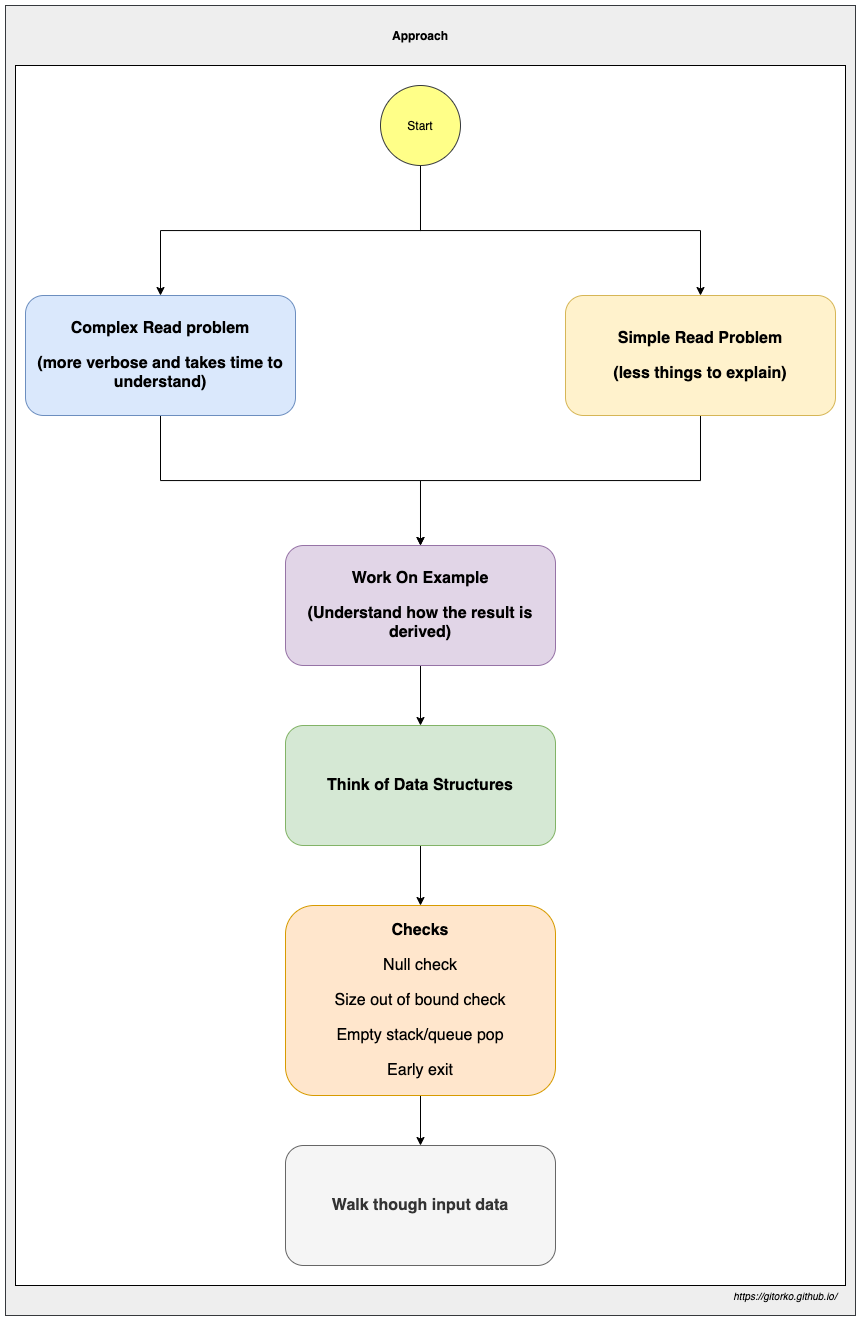
Earlier version of the draw.io export post/grokking-the-coding-interview/coding.png (gitorko/gitorko.github.io). Source tidied: cells renumbered, new cells last; positions are measured from the earlier drawing's top-left corner, leaving out a move shared by most shapes. Its diagram source:
```xml
<mxGraphModel>
  <root>
    <mxCell id="0" />
    <mxCell id="1" parent="0" />
    <mxCell id="2" style="rounded=0;whiteSpace=wrap;html=1;fillColor=#eeeeee;strokeColor=#36393d;" parent="1" vertex="1">
      <mxGeometry width="850" height="1310" as="geometry" />
    </mxCell>
    <mxCell id="3" style="rounded=0;whiteSpace=wrap;html=1;" parent="1" vertex="1">
      <mxGeometry x="10" y="60" width="830" height="1220" as="geometry" />
    </mxCell>
    <mxCell id="4" style="edgeStyle=orthogonalEdgeStyle;rounded=0;jettySize=auto;html=1;exitX=0.5;exitY=1;exitDx=0;exitDy=0;" parent="1" edge="1" source="6" target="17">
      <mxGeometry relative="1" as="geometry" />
    </mxCell>
    <mxCell id="5" style="edgeStyle=orthogonalEdgeStyle;rounded=0;jettySize=auto;html=1;exitX=0.5;exitY=1;exitDx=0;exitDy=0;" parent="1" edge="1" source="6" target="8">
      <mxGeometry relative="1" as="geometry" />
    </mxCell>
    <mxCell id="6" value="Start" style="ellipse;whiteSpace=wrap;html=1;fillColor=#ffff88;strokeColor=#36393d;" parent="1" vertex="1">
      <mxGeometry x="375" y="80" width="80" height="80" as="geometry" />
    </mxCell>
    <mxCell id="7" style="edgeStyle=orthogonalEdgeStyle;rounded=0;jettySize=auto;html=1;" parent="1" edge="1" source="8" target="10">
      <mxGeometry relative="1" as="geometry" />
    </mxCell>
    <mxCell id="8" value="&lt;p style=&quot;font-size: medium ; white-space: normal&quot;&gt;&lt;strong&gt;Complex Read problem&lt;/strong&gt;&lt;/p&gt;&lt;p style=&quot;font-size: medium ; white-space: normal&quot;&gt;&lt;strong&gt;(more verbose and takes time to understand)&lt;/strong&gt;&lt;/p&gt;" style="rounded=1;whiteSpace=wrap;html=1;fillColor=#dae8fc;strokeColor=#6c8ebf;" parent="1" vertex="1">
      <mxGeometry x="20" y="290" width="270" height="120" as="geometry" />
    </mxCell>
    <mxCell id="9" style="edgeStyle=orthogonalEdgeStyle;rounded=0;jettySize=auto;html=1;" parent="1" edge="1" source="10" target="12">
      <mxGeometry relative="1" as="geometry" />
    </mxCell>
    <mxCell id="10" value="&lt;p style=&quot;font-size: medium&quot;&gt;&lt;strong&gt;Work On Example&lt;/strong&gt;&lt;/p&gt;&lt;p style=&quot;font-size: medium&quot;&gt;&lt;strong&gt;(Understand how the result is derived)&lt;/strong&gt;&lt;/p&gt;" style="rounded=1;whiteSpace=wrap;html=1;fillColor=#e1d5e7;strokeColor=#9673a6;" parent="1" vertex="1">
      <mxGeometry x="280" y="540" width="270" height="120" as="geometry" />
    </mxCell>
    <mxCell id="11" style="edgeStyle=orthogonalEdgeStyle;rounded=0;jettySize=auto;html=1;" parent="1" edge="1" source="12" target="14">
      <mxGeometry relative="1" as="geometry" />
    </mxCell>
    <mxCell id="12" value="&lt;p style=&quot;font-size: medium&quot;&gt;&lt;strong&gt;Think of Data Structures&lt;/strong&gt;&lt;br&gt;&lt;/p&gt;" style="rounded=1;whiteSpace=wrap;html=1;fillColor=#d5e8d4;strokeColor=#82b366;" parent="1" vertex="1">
      <mxGeometry x="280" y="720" width="270" height="120" as="geometry" />
    </mxCell>
    <mxCell id="13" style="edgeStyle=orthogonalEdgeStyle;rounded=0;jettySize=auto;html=1;" parent="1" edge="1" source="14" target="15">
      <mxGeometry relative="1" as="geometry" />
    </mxCell>
    <mxCell id="14" value="&lt;p style=&quot;font-size: medium&quot;&gt;&lt;strong&gt;Checks&lt;/strong&gt;&lt;/p&gt;&lt;p style=&quot;font-size: medium&quot;&gt;Null check&lt;/p&gt;&lt;p style=&quot;font-size: medium&quot;&gt;Size out of bound check&lt;/p&gt;&lt;p style=&quot;font-size: medium&quot;&gt;Empty stack/queue pop&lt;/p&gt;&lt;p style=&quot;font-size: medium&quot;&gt;Early exit&lt;/p&gt;" style="rounded=1;whiteSpace=wrap;html=1;fillColor=#ffe6cc;strokeColor=#d79b00;" parent="1" vertex="1">
      <mxGeometry x="280" y="900" width="270" height="190" as="geometry" />
    </mxCell>
    <mxCell id="15" value="&lt;p style=&quot;font-size: medium&quot;&gt;&lt;span&gt;Walk though input data&lt;/span&gt;&lt;br&gt;&lt;/p&gt;" style="rounded=1;whiteSpace=wrap;html=1;fontStyle=1;fillColor=#f5f5f5;strokeColor=#666666;fontColor=#333333;" parent="1" vertex="1">
      <mxGeometry x="280" y="1140" width="270" height="120" as="geometry" />
    </mxCell>
    <mxCell id="16" style="edgeStyle=orthogonalEdgeStyle;rounded=0;jettySize=auto;html=1;entryX=0.5;entryY=0;entryDx=0;entryDy=0;exitX=0.5;exitY=1;exitDx=0;exitDy=0;" parent="1" edge="1" source="17" target="10">
      <mxGeometry relative="1" as="geometry" />
    </mxCell>
    <mxCell id="17" value="&lt;p style=&quot;font-size: medium&quot;&gt;&lt;strong&gt;Simple Read Problem&lt;/strong&gt;&lt;/p&gt;&lt;p style=&quot;font-size: medium&quot;&gt;&lt;strong&gt;(less things to explain)&lt;/strong&gt;&lt;/p&gt;" style="rounded=1;whiteSpace=wrap;html=1;fillColor=#fff2cc;strokeColor=#d6b656;" parent="1" vertex="1">
      <mxGeometry x="560" y="290" width="270" height="120" as="geometry" />
    </mxCell>
    <mxCell id="18" value="Approach" style="text;html=1;strokeColor=none;fillColor=none;align=center;verticalAlign=middle;whiteSpace=wrap;rounded=0;fontStyle=1;" parent="1" vertex="1">
      <mxGeometry x="395" y="20" width="40" height="20" as="geometry" />
    </mxCell>
    <mxCell id="19" value="&lt;font style=&quot;font-size: 10px&quot;&gt;&lt;i&gt;https://gitorko.github.io/&lt;/i&gt;&lt;/font&gt;" style="text;html=1;strokeColor=none;fillColor=none;align=center;verticalAlign=middle;whiteSpace=wrap;rounded=0;" parent="1" vertex="1">
      <mxGeometry x="720" y="1280" width="120" height="20" as="geometry" />
    </mxCell>
  </root>
</mxGraphModel>
```
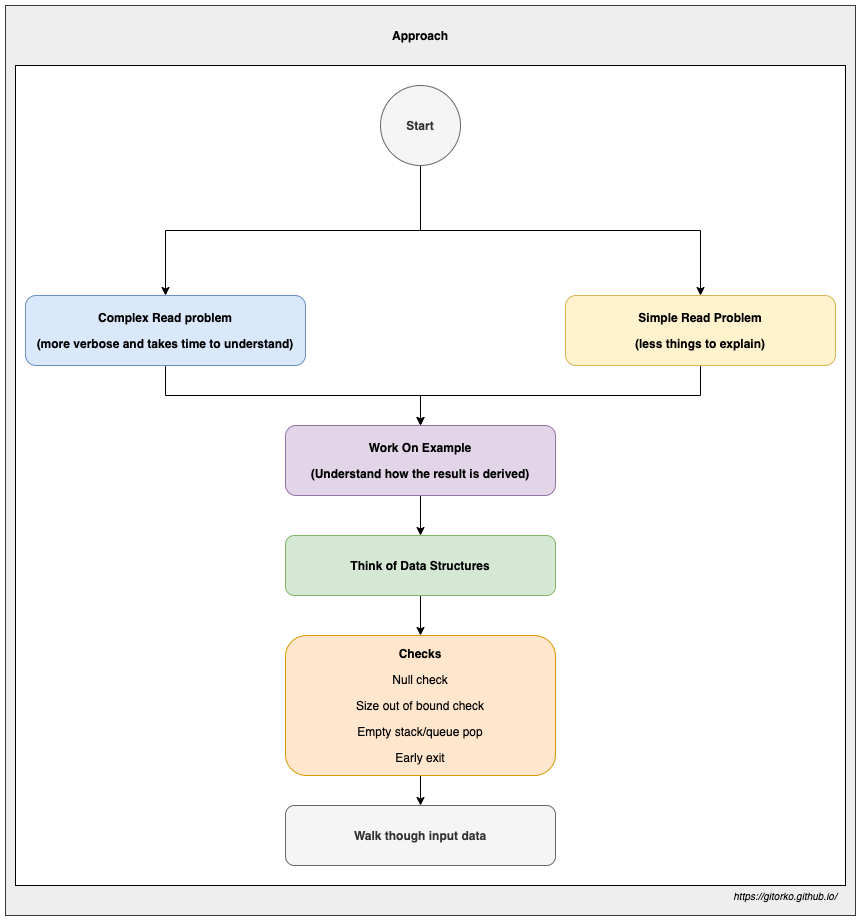
Above is the later version.

Change to the diagram source:
```diff
@@ -3,10 +3,10 @@
     <mxCell id="0" />
     <mxCell id="1" parent="0" />
     <mxCell id="2" style="rounded=0;whiteSpace=wrap;html=1;fillColor=#eeeeee;strokeColor=#36393d;" parent="1" vertex="1">
-      <mxGeometry width="850" height="1310" as="geometry" />
+      <mxGeometry width="850" height="910" as="geometry" />
     </mxCell>
     <mxCell id="3" style="rounded=0;whiteSpace=wrap;html=1;" parent="1" vertex="1">
-      <mxGeometry x="10" y="60" width="830" height="1220" as="geometry" />
+      <mxGeometry x="10" y="60" width="830" height="820" as="geometry" />
     </mxCell>
     <mxCell id="4" style="edgeStyle=orthogonalEdgeStyle;rounded=0;jettySize=auto;html=1;exitX=0.5;exitY=1;exitDx=0;exitDy=0;" parent="1" edge="1" source="6" target="17">
       <mxGeometry relative="1" as="geometry" />
@@ -14,47 +14,47 @@
     <mxCell id="5" style="edgeStyle=orthogonalEdgeStyle;rounded=0;jettySize=auto;html=1;exitX=0.5;exitY=1;exitDx=0;exitDy=0;" parent="1" edge="1" source="6" target="8">
       <mxGeometry relative="1" as="geometry" />
     </mxCell>
-    <mxCell id="6" value="Start" style="ellipse;whiteSpace=wrap;html=1;fillColor=#ffff88;strokeColor=#36393d;" parent="1" vertex="1">
+    <mxCell id="6" value="Start" style="ellipse;whiteSpace=wrap;html=1;fillColor=#f5f5f5;strokeColor=#666666;fontStyle=1;fontColor=#333333;" parent="1" vertex="1">
       <mxGeometry x="375" y="80" width="80" height="80" as="geometry" />
     </mxCell>
     <mxCell id="7" style="edgeStyle=orthogonalEdgeStyle;rounded=0;jettySize=auto;html=1;" parent="1" edge="1" source="8" target="10">
       <mxGeometry relative="1" as="geometry" />
     </mxCell>
-    <mxCell id="8" value="&lt;p style=&quot;font-size: medium ; white-space: normal&quot;&gt;&lt;strong&gt;Complex Read problem&lt;/strong&gt;&lt;/p&gt;&lt;p style=&quot;font-size: medium ; white-space: normal&quot;&gt;&lt;strong&gt;(more verbose and takes time to understand)&lt;/strong&gt;&lt;/p&gt;" style="rounded=1;whiteSpace=wrap;html=1;fillColor=#dae8fc;strokeColor=#6c8ebf;" parent="1" vertex="1">
-      <mxGeometry x="20" y="290" width="270" height="120" as="geometry" />
+    <mxCell id="8" value="&lt;p style=&quot;white-space: normal&quot;&gt;&lt;strong&gt;&lt;font style=&quot;font-size: 12px&quot;&gt;Complex Read problem&lt;/font&gt;&lt;/strong&gt;&lt;/p&gt;&lt;p style=&quot;white-space: normal&quot;&gt;&lt;strong&gt;&lt;font style=&quot;font-size: 12px&quot;&gt;(more verbose and takes time to understand)&lt;/font&gt;&lt;/strong&gt;&lt;/p&gt;" style="rounded=1;whiteSpace=wrap;html=1;fillColor=#dae8fc;strokeColor=#6c8ebf;" parent="1" vertex="1">
+      <mxGeometry x="20" y="290" width="280" height="70" as="geometry" />
     </mxCell>
     <mxCell id="9" style="edgeStyle=orthogonalEdgeStyle;rounded=0;jettySize=auto;html=1;" parent="1" edge="1" source="10" target="12">
       <mxGeometry relative="1" as="geometry" />
     </mxCell>
-    <mxCell id="10" value="&lt;p style=&quot;font-size: medium&quot;&gt;&lt;strong&gt;Work On Example&lt;/strong&gt;&lt;/p&gt;&lt;p style=&quot;font-size: medium&quot;&gt;&lt;strong&gt;(Understand how the result is derived)&lt;/strong&gt;&lt;/p&gt;" style="rounded=1;whiteSpace=wrap;html=1;fillColor=#e1d5e7;strokeColor=#9673a6;" parent="1" vertex="1">
-      <mxGeometry x="280" y="540" width="270" height="120" as="geometry" />
+    <mxCell id="10" value="&lt;p&gt;&lt;strong&gt;&lt;font style=&quot;font-size: 12px&quot;&gt;Work On Example&lt;/font&gt;&lt;/strong&gt;&lt;/p&gt;&lt;p&gt;&lt;strong&gt;&lt;font style=&quot;font-size: 12px&quot;&gt;(Understand how the result is derived)&lt;/font&gt;&lt;/strong&gt;&lt;/p&gt;" style="rounded=1;whiteSpace=wrap;html=1;fillColor=#e1d5e7;strokeColor=#9673a6;" parent="1" vertex="1">
+      <mxGeometry x="280" y="420" width="270" height="70" as="geometry" />
     </mxCell>
     <mxCell id="11" style="edgeStyle=orthogonalEdgeStyle;rounded=0;jettySize=auto;html=1;" parent="1" edge="1" source="12" target="14">
       <mxGeometry relative="1" as="geometry" />
     </mxCell>
-    <mxCell id="12" value="&lt;p style=&quot;font-size: medium&quot;&gt;&lt;strong&gt;Think of Data Structures&lt;/strong&gt;&lt;br&gt;&lt;/p&gt;" style="rounded=1;whiteSpace=wrap;html=1;fillColor=#d5e8d4;strokeColor=#82b366;" parent="1" vertex="1">
-      <mxGeometry x="280" y="720" width="270" height="120" as="geometry" />
+    <mxCell id="12" value="&lt;p&gt;&lt;strong&gt;&lt;font style=&quot;font-size: 12px&quot;&gt;Think of Data Structures&lt;/font&gt;&lt;/strong&gt;&lt;br&gt;&lt;/p&gt;" style="rounded=1;whiteSpace=wrap;html=1;fillColor=#d5e8d4;strokeColor=#82b366;" parent="1" vertex="1">
+      <mxGeometry x="280" y="530" width="270" height="60" as="geometry" />
     </mxCell>
     <mxCell id="13" style="edgeStyle=orthogonalEdgeStyle;rounded=0;jettySize=auto;html=1;" parent="1" edge="1" source="14" target="15">
       <mxGeometry relative="1" as="geometry" />
     </mxCell>
-    <mxCell id="14" value="&lt;p style=&quot;font-size: medium&quot;&gt;&lt;strong&gt;Checks&lt;/strong&gt;&lt;/p&gt;&lt;p style=&quot;font-size: medium&quot;&gt;Null check&lt;/p&gt;&lt;p style=&quot;font-size: medium&quot;&gt;Size out of bound check&lt;/p&gt;&lt;p style=&quot;font-size: medium&quot;&gt;Empty stack/queue pop&lt;/p&gt;&lt;p style=&quot;font-size: medium&quot;&gt;Early exit&lt;/p&gt;" style="rounded=1;whiteSpace=wrap;html=1;fillColor=#ffe6cc;strokeColor=#d79b00;" parent="1" vertex="1">
-      <mxGeometry x="280" y="900" width="270" height="190" as="geometry" />
+    <mxCell id="14" value="&lt;p&gt;&lt;strong&gt;&lt;font style=&quot;font-size: 12px&quot;&gt;Checks&lt;/font&gt;&lt;/strong&gt;&lt;/p&gt;&lt;p&gt;&lt;font style=&quot;font-size: 12px&quot;&gt;Null check&lt;/font&gt;&lt;/p&gt;&lt;p&gt;&lt;font style=&quot;font-size: 12px&quot;&gt;Size out of bound check&lt;/font&gt;&lt;/p&gt;&lt;p&gt;&lt;font style=&quot;font-size: 12px&quot;&gt;Empty stack/queue pop&lt;/font&gt;&lt;/p&gt;&lt;p&gt;&lt;font style=&quot;font-size: 12px&quot;&gt;Early exit&lt;/font&gt;&lt;/p&gt;" style="rounded=1;whiteSpace=wrap;html=1;fillColor=#ffe6cc;strokeColor=#d79b00;" parent="1" vertex="1">
+      <mxGeometry x="280" y="630" width="270" height="140" as="geometry" />
     </mxCell>
-    <mxCell id="15" value="&lt;p style=&quot;font-size: medium&quot;&gt;&lt;span&gt;Walk though input data&lt;/span&gt;&lt;br&gt;&lt;/p&gt;" style="rounded=1;whiteSpace=wrap;html=1;fontStyle=1;fillColor=#f5f5f5;strokeColor=#666666;fontColor=#333333;" parent="1" vertex="1">
-      <mxGeometry x="280" y="1140" width="270" height="120" as="geometry" />
+    <mxCell id="15" value="&lt;p&gt;&lt;font style=&quot;font-size: 12px&quot;&gt;Walk though input data&lt;/font&gt;&lt;br&gt;&lt;/p&gt;" style="rounded=1;whiteSpace=wrap;html=1;fontStyle=1;fillColor=#f5f5f5;strokeColor=#666666;fontColor=#333333;" parent="1" vertex="1">
+      <mxGeometry x="280" y="800" width="270" height="60" as="geometry" />
     </mxCell>
     <mxCell id="16" style="edgeStyle=orthogonalEdgeStyle;rounded=0;jettySize=auto;html=1;entryX=0.5;entryY=0;entryDx=0;entryDy=0;exitX=0.5;exitY=1;exitDx=0;exitDy=0;" parent="1" edge="1" source="17" target="10">
       <mxGeometry relative="1" as="geometry" />
     </mxCell>
-    <mxCell id="17" value="&lt;p style=&quot;font-size: medium&quot;&gt;&lt;strong&gt;Simple Read Problem&lt;/strong&gt;&lt;/p&gt;&lt;p style=&quot;font-size: medium&quot;&gt;&lt;strong&gt;(less things to explain)&lt;/strong&gt;&lt;/p&gt;" style="rounded=1;whiteSpace=wrap;html=1;fillColor=#fff2cc;strokeColor=#d6b656;" parent="1" vertex="1">
-      <mxGeometry x="560" y="290" width="270" height="120" as="geometry" />
+    <mxCell id="17" value="&lt;p&gt;&lt;strong&gt;&lt;font style=&quot;font-size: 12px&quot;&gt;Simple Read Problem&lt;/font&gt;&lt;/strong&gt;&lt;/p&gt;&lt;p&gt;&lt;strong&gt;&lt;font style=&quot;font-size: 12px&quot;&gt;(less things to explain)&lt;/font&gt;&lt;/strong&gt;&lt;/p&gt;" style="rounded=1;whiteSpace=wrap;html=1;fillColor=#fff2cc;strokeColor=#d6b656;" parent="1" vertex="1">
+      <mxGeometry x="560" y="290" width="270" height="70" as="geometry" />
     </mxCell>
     <mxCell id="18" value="Approach" style="text;html=1;strokeColor=none;fillColor=none;align=center;verticalAlign=middle;whiteSpace=wrap;rounded=0;fontStyle=1;" parent="1" vertex="1">
       <mxGeometry x="395" y="20" width="40" height="20" as="geometry" />
     </mxCell>
     <mxCell id="19" value="&lt;font style=&quot;font-size: 10px&quot;&gt;&lt;i&gt;https://gitorko.github.io/&lt;/i&gt;&lt;/font&gt;" style="text;html=1;strokeColor=none;fillColor=none;align=center;verticalAlign=middle;whiteSpace=wrap;rounded=0;" parent="1" vertex="1">
-      <mxGeometry x="720" y="1280" width="120" height="20" as="geometry" />
+      <mxGeometry x="720" y="880" width="120" height="20" as="geometry" />
     </mxCell>
   </root>
 </mxGraphModel>
```
